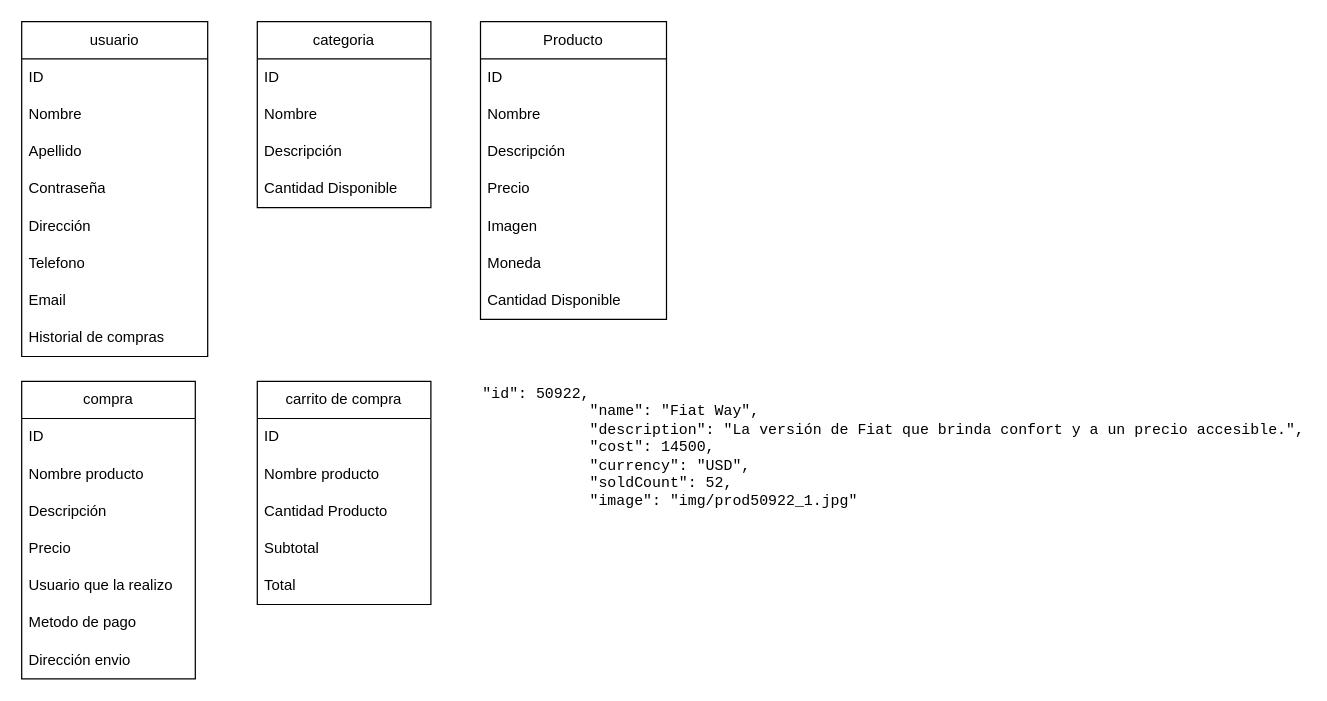
The draw.io diagram Entidades y sus propiedades.drawio in lucianasalsamendi/proyectofinaljap, before the edit. Source tidied: cells renumbered, new cells numbered last; positions are measured from the earlier drawing's top-left corner, leaving out a move shared by most shapes. Both pictures are drawn from the tidied source at 124%, with x=0, y=0 at pixel (21, 21).
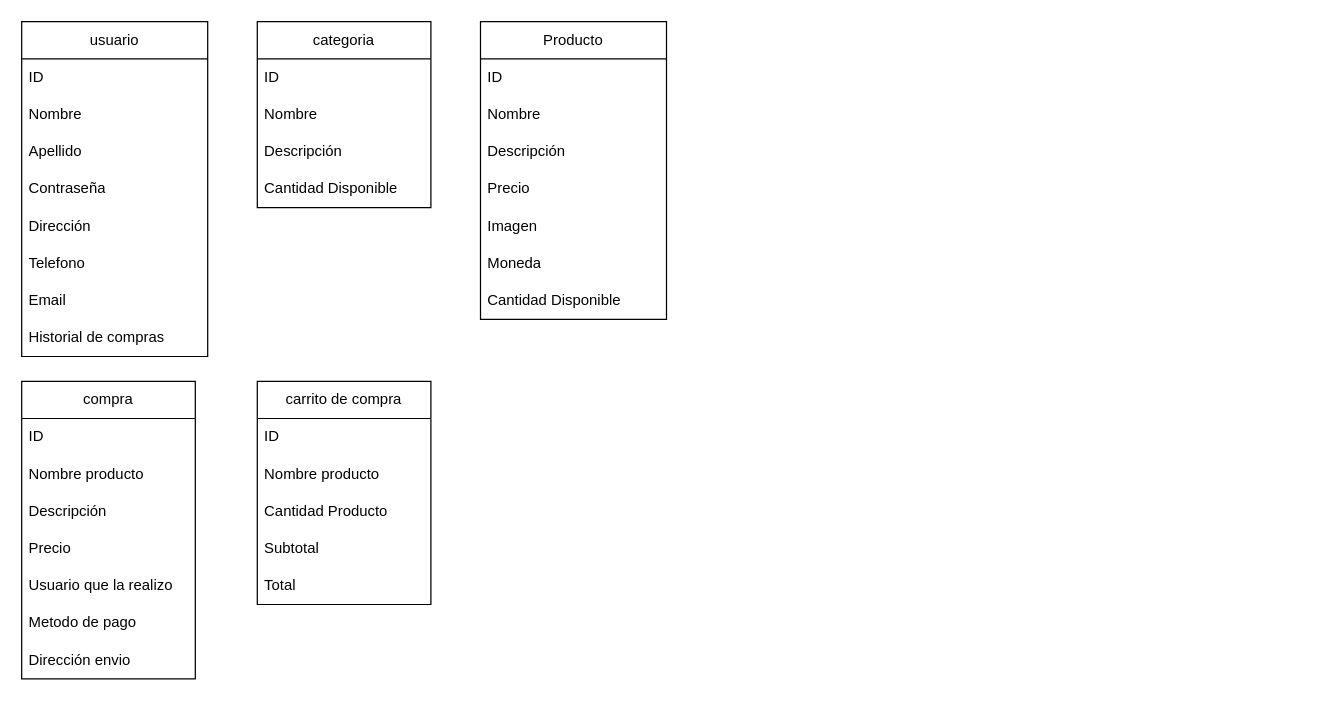
The same page after the edit.

Commit message:
ent. y propiedades

The edit, as a diff of the source:
```diff
@@
-    <mxCell id="38" value="&lt;pre style=&quot;color: rgb(0, 0, 0); font-style: normal; font-variant-ligatures: normal; font-variant-caps: normal; font-weight: 400; letter-spacing: normal; orphans: 2; text-align: start; text-indent: 0px; text-transform: none; widows: 2; word-spacing: 0px; -webkit-text-stroke-width: 0px; text-decoration-thickness: initial; text-decoration-style: initial; text-decoration-color: initial; overflow-wrap: break-word;&quot;&gt;&quot;id&quot;: 50922,&#10;            &quot;name&quot;: &quot;Fiat Way&quot;,&#10;            &quot;description&quot;: &quot;La versión de Fiat que brinda confort y a un precio accesible.&quot;,&#10;            &quot;cost&quot;: 14500,&#10;            &quot;currency&quot;: &quot;USD&quot;,&#10;            &quot;soldCount&quot;: 52,&#10;            &quot;image&quot;: &quot;img/prod50922_1.jpg&quot;&lt;/pre&gt;" style="text;whiteSpace=wrap;html=1;" parent="1" vertex="1">
-      <mxGeometry x="370" y="275" width="560" height="150" as="geometry" />
-    </mxCell>
```
